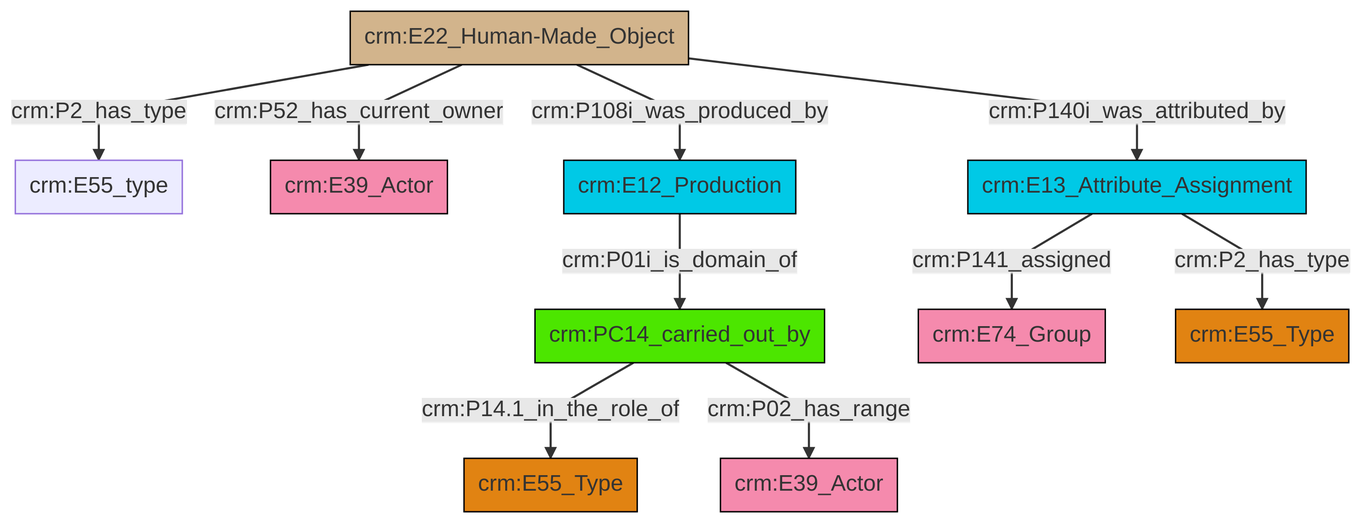
This is et/builtWorkCSV/ttl/mmd/png/Built_Work_actor_relations.png from swiss-art-research-net/reference-data-models, a Mermaid export, as it was before one commit. Its source is kept beside it as et/builtWorkCSV/ttl/mmd/Built_Work_actor_relations.ttl.mmd.
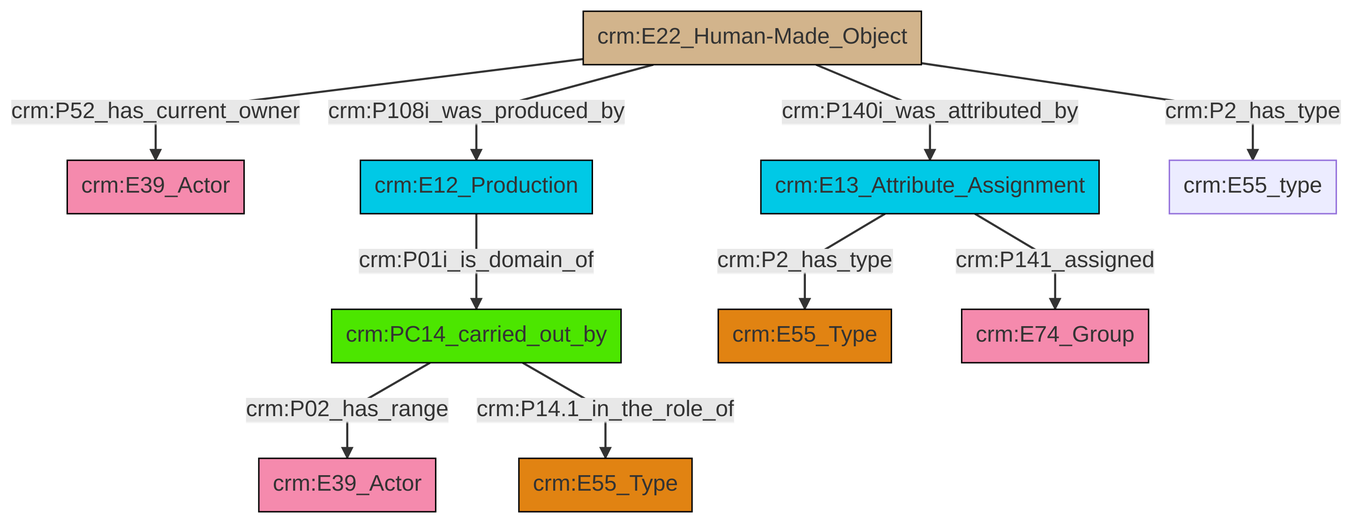
The same file after the commit.

Change to the diagram source:
```diff
@@ -13,12 +13,12 @@
 classDef PC_Classes fill:#4ce600, stroke:#000000;
 classDef Multi fill:#cccccc,stroke:#000000;
 
-6["crm:E12_Production"]:::Temporal_Entity -->|crm:P01i_is_domain_of| 8["crm:PC14_carried_out_by"]:::PC_Classes
-11["crm:E13_Attribute_Assignment"]:::Temporal_Entity -->|crm:P141_assigned| 9["crm:E74_Group"]:::Actor
-8["crm:PC14_carried_out_by"]:::PC_Classes -->|crm:P14.1_in_the_role_of| 12["crm:E55_Type"]:::Type
-0["crm:E22_Human-Made_Object"]:::Physical_Thing -->|crm:P108i_was_produced_by| 6["crm:E12_Production"]:::Temporal_Entity
-11["crm:E13_Attribute_Assignment"]:::Temporal_Entity -->|crm:P2_has_type| 18["crm:E55_Type"]:::Type
-8["crm:PC14_carried_out_by"]:::PC_Classes -->|crm:P02_has_range| 13["crm:E39_Actor"]:::Actor
-0["crm:E22_Human-Made_Object"]:::Physical_Thing -->|crm:P52_has_current_owner| 4["crm:E39_Actor"]:::Actor
-0["crm:E22_Human-Made_Object"]:::Physical_Thing -->|crm:P140i_was_attributed_by| 11["crm:E13_Attribute_Assignment"]:::Temporal_Entity
-0["crm:E22_Human-Made_Object"]:::Physical_Thing -->|crm:P2_has_type| 2["crm:E55_type"]:::Default
+6["crm:E13_Attribute_Assignment"]:::Temporal_Entity -->|crm:P2_has_type| 7["crm:E55_Type"]:::Type
+11["crm:E12_Production"]:::Temporal_Entity -->|crm:P01i_is_domain_of| 0["crm:PC14_carried_out_by"]:::PC_Classes
+0["crm:PC14_carried_out_by"]:::PC_Classes -->|crm:P02_has_range| 4["crm:E39_Actor"]:::Actor
+0["crm:PC14_carried_out_by"]:::PC_Classes -->|crm:P14.1_in_the_role_of| 8["crm:E55_Type"]:::Type
+6["crm:E13_Attribute_Assignment"]:::Temporal_Entity -->|crm:P141_assigned| 14["crm:E74_Group"]:::Actor
+15["crm:E22_Human-Made_Object"]:::Physical_Thing -->|crm:P2_has_type| 17["crm:E55_type"]:::Default
+15["crm:E22_Human-Made_Object"]:::Physical_Thing -->|crm:P140i_was_attributed_by| 6["crm:E13_Attribute_Assignment"]:::Temporal_Entity
+15["crm:E22_Human-Made_Object"]:::Physical_Thing -->|crm:P52_has_current_owner| 2["crm:E39_Actor"]:::Actor
+15["crm:E22_Human-Made_Object"]:::Physical_Thing -->|crm:P108i_was_produced_by| 11["crm:E12_Production"]:::Temporal_Entity
```
